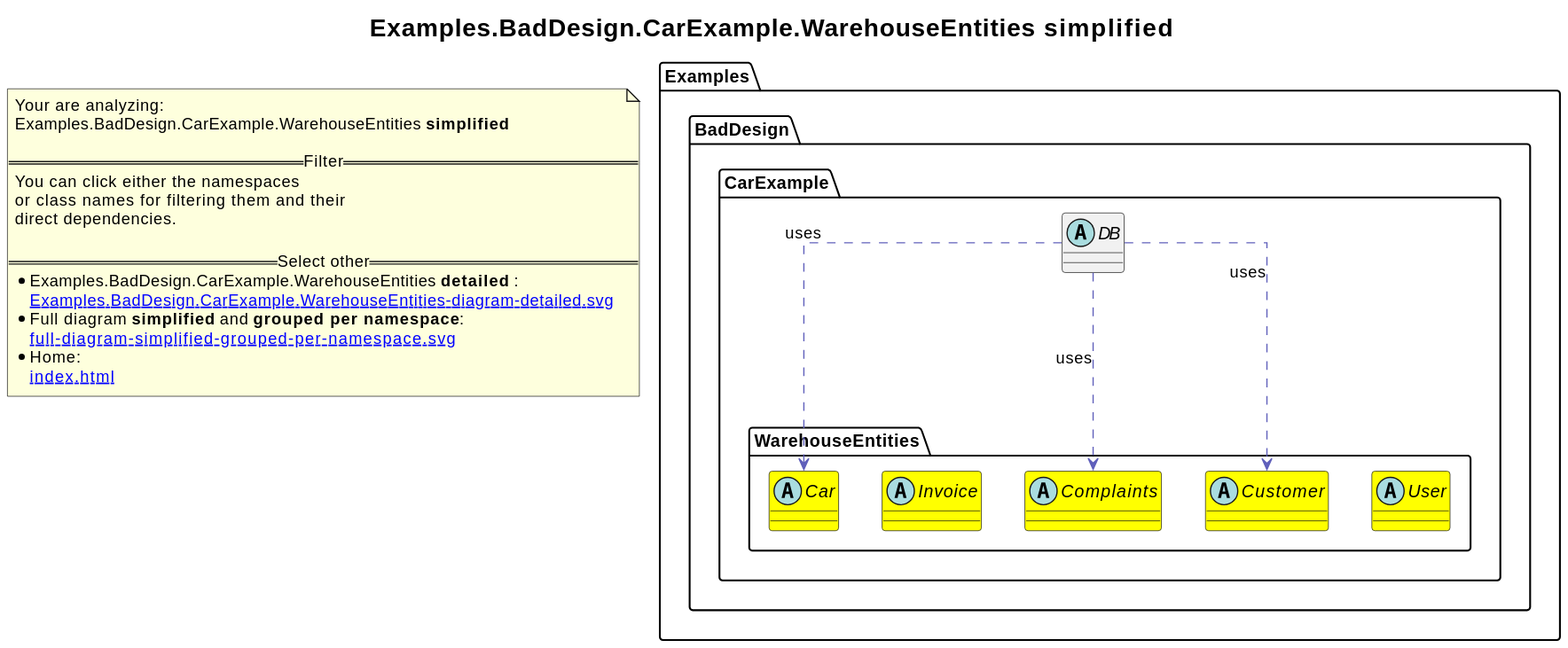
This is revenger-csharp-adapter.out/Examples.BadDesign.CarExample.WarehouseEntities-diagram-simplified.svg from 2BlackCoffees/revenger, a PlantUML export, as it was before one commit. The source it was exported from:
```plantuml
@startuml
skinparam linetype ortho
title <size:20>Examples.BadDesign.CarExample.WarehouseEntities **simplified** </size>
note "Your are analyzing:\nExamples.BadDesign.CarExample.WarehouseEntities **simplified** \n\n==Filter==\nYou can click either the namespaces \nor class names for filtering them and their\ndirect dependencies.\n\n==Select other==\n* Examples.BadDesign.CarExample.WarehouseEntities **detailed** :\n   [[Examples.BadDesign.CarExample.WarehouseEntities-diagram-detailed.svg]]\n* Full diagram **simplified** and **grouped per namespace**:\n   [[full-diagram-simplified-grouped-per-namespace.svg]]\n* Home:\n   [[index.html]]" as FloatingNote
    abstract class Examples.BadDesign.CarExample.DB [[Examples.BadDesign.CarExample.DB-diagram-simplified.svg]]  {
    }
      abstract class Examples.BadDesign.CarExample.WarehouseEntities.User [[Examples.BadDesign.CarExample.WarehouseEntities.User-diagram-simplified.svg]] #yellow {
      }
      abstract class Examples.BadDesign.CarExample.WarehouseEntities.Customer [[Examples.BadDesign.CarExample.WarehouseEntities.Customer-diagram-simplified.svg]] #yellow {
      }
      abstract class Examples.BadDesign.CarExample.WarehouseEntities.Complaints [[Examples.BadDesign.CarExample.WarehouseEntities.Complaints-diagram-simplified.svg]] #yellow {
      }
      abstract class Examples.BadDesign.CarExample.WarehouseEntities.Invoice [[Examples.BadDesign.CarExample.WarehouseEntities.Invoice-diagram-simplified.svg]] #yellow {
      }
      abstract class Examples.BadDesign.CarExample.WarehouseEntities.Car [[Examples.BadDesign.CarExample.WarehouseEntities.Car-diagram-simplified.svg]] #yellow {
      }
Examples.BadDesign.CarExample.DB .[#6060BB].> Examples.BadDesign.CarExample.WarehouseEntities.Car  : uses
Examples.BadDesign.CarExample.DB .[#6060BB].> Examples.BadDesign.CarExample.WarehouseEntities.Complaints  : uses
Examples.BadDesign.CarExample.DB .[#6060BB].> Examples.BadDesign.CarExample.WarehouseEntities.Customer  : uses
@enduml
```
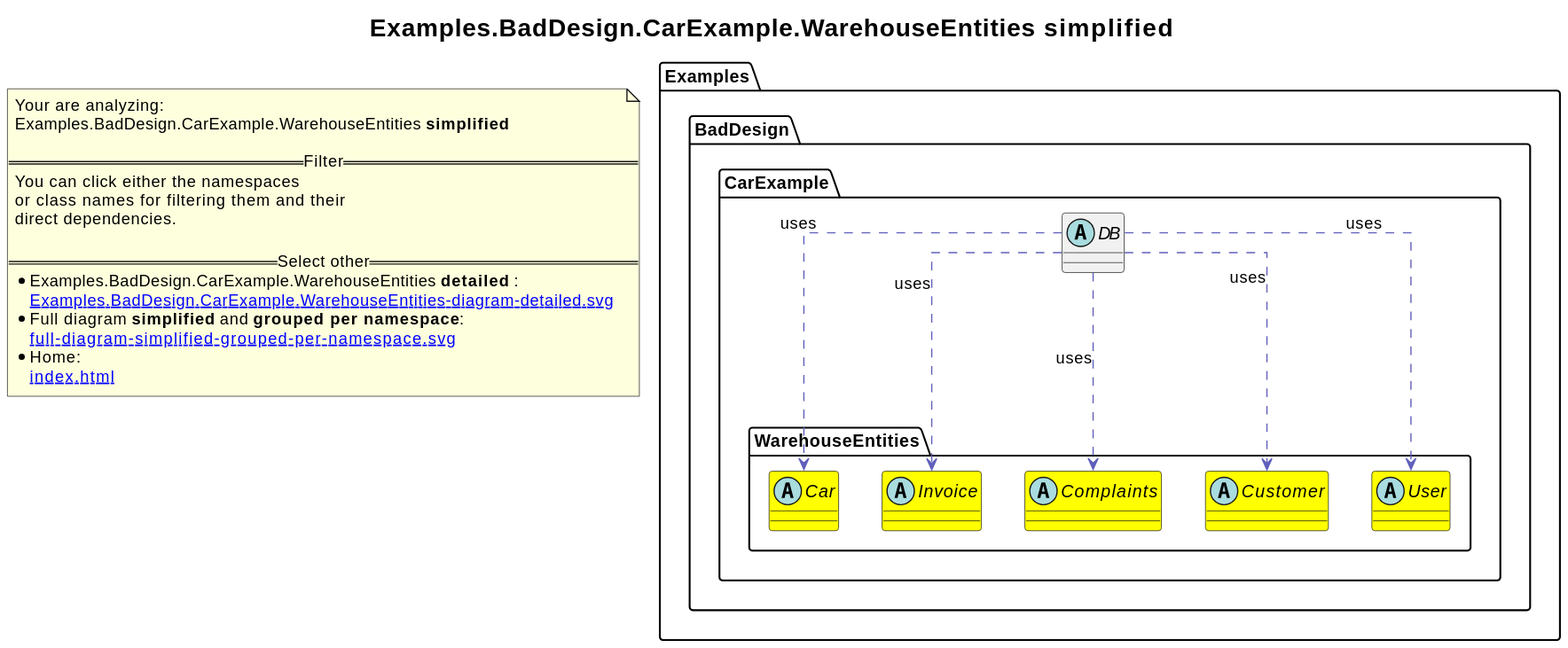
After the commit.

Change to the diagram source:
```diff
@@ -14,7 +14,9 @@
       }
       abstract class Examples.BadDesign.CarExample.WarehouseEntities.Car [[Examples.BadDesign.CarExample.WarehouseEntities.Car-diagram-simplified.svg]] #yellow {
       }
+Examples.BadDesign.CarExample.DB .[#6060BB].> Examples.BadDesign.CarExample.WarehouseEntities.User  : uses
+Examples.BadDesign.CarExample.DB .[#6060BB].> Examples.BadDesign.CarExample.WarehouseEntities.Customer  : uses
 Examples.BadDesign.CarExample.DB .[#6060BB].> Examples.BadDesign.CarExample.WarehouseEntities.Car  : uses
+Examples.BadDesign.CarExample.DB .[#6060BB].> Examples.BadDesign.CarExample.WarehouseEntities.Invoice  : uses
 Examples.BadDesign.CarExample.DB .[#6060BB].> Examples.BadDesign.CarExample.WarehouseEntities.Complaints  : uses
-Examples.BadDesign.CarExample.DB .[#6060BB].> Examples.BadDesign.CarExample.WarehouseEntities.Customer  : uses
 @enduml
```
